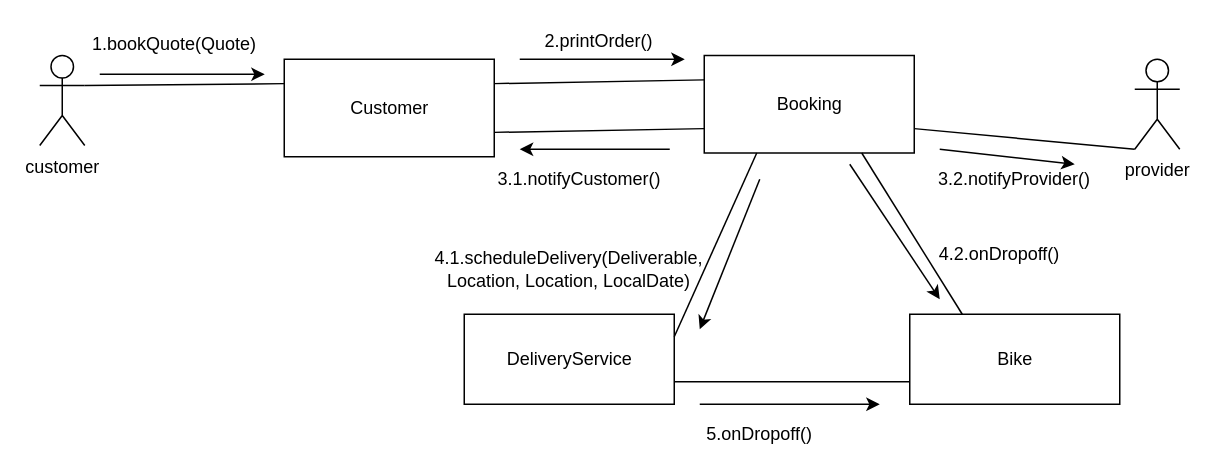
Before: page "Page-2" (2 of 3) of diagram/cw2_sequence_communication.drawio in SatoMichi/SE_CW_Bike_Rental_System, a draw.io diagram. Source tidied: cells renumbered, new cells numbered last; positions are measured from the earlier drawing's top-left corner, leaving out a move shared by most shapes. Both pictures are drawn from the tidied source at 150%, with x=0, y=0 at pixel (39, 26).
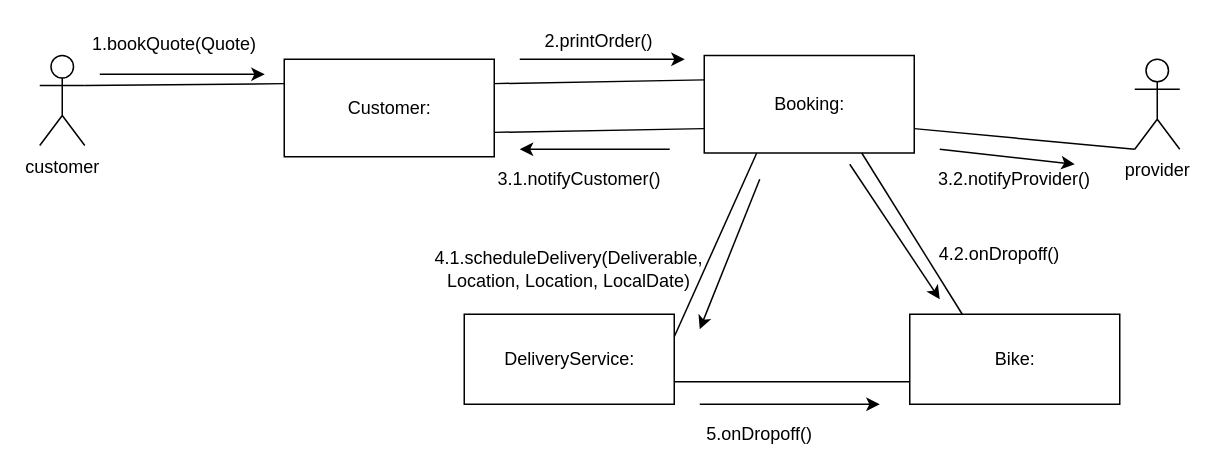
The same diagram, later.

What changed in the source:
```diff
@@
-    <mxCell id="3" value="Booking" style="html=1;" parent="1" vertex="1">
+    <mxCell id="3" value="Booking:" style="html=1;" parent="1" vertex="1">
       <mxGeometry x="443" y="19.5" width="140" height="65" as="geometry" />
     </mxCell>
-    <mxCell id="4" value="DeliveryService" style="html=1;" parent="1" vertex="1">
+    <mxCell id="4" value="DeliveryService:" style="html=1;" parent="1" vertex="1">
       <mxGeometry x="283" y="192" width="140" height="60" as="geometry" />
     </mxCell>
@@
-    <mxCell id="6" value="Customer" style="html=1;" parent="1" vertex="1">
+    <mxCell id="6" value="Customer:" style="html=1;" parent="1" vertex="1">
       <mxGeometry x="163" y="22" width="140" height="65" as="geometry" />
     </mxCell>
@@
-    <mxCell id="22" value="Bike" style="html=1;" parent="1" vertex="1">
+    <mxCell id="22" value="Bike:" style="html=1;" parent="1" vertex="1">
       <mxGeometry x="580" y="192" width="140" height="60" as="geometry" />
     </mxCell>
```
